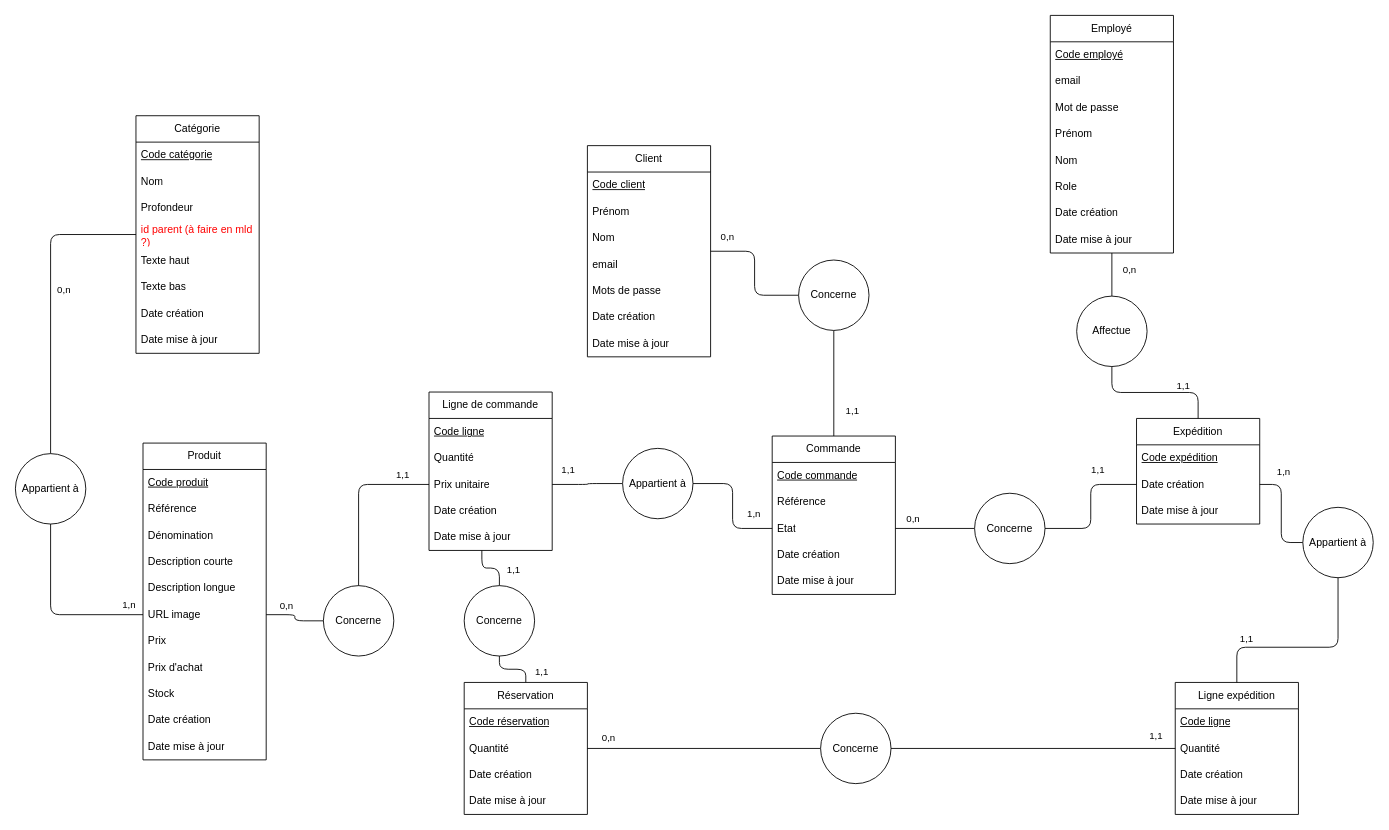
The draw.io diagram doc/mcd.drawio in Romain-NAVARRO-83/Grid-Commerce, before the edit. Source tidied: cells renumbered, new cells numbered last; positions are measured from the earlier drawing's top-left corner, leaving out a move shared by most shapes. Both pictures are drawn from the tidied source at 88%, with x=0, y=0 at pixel (15, 15).
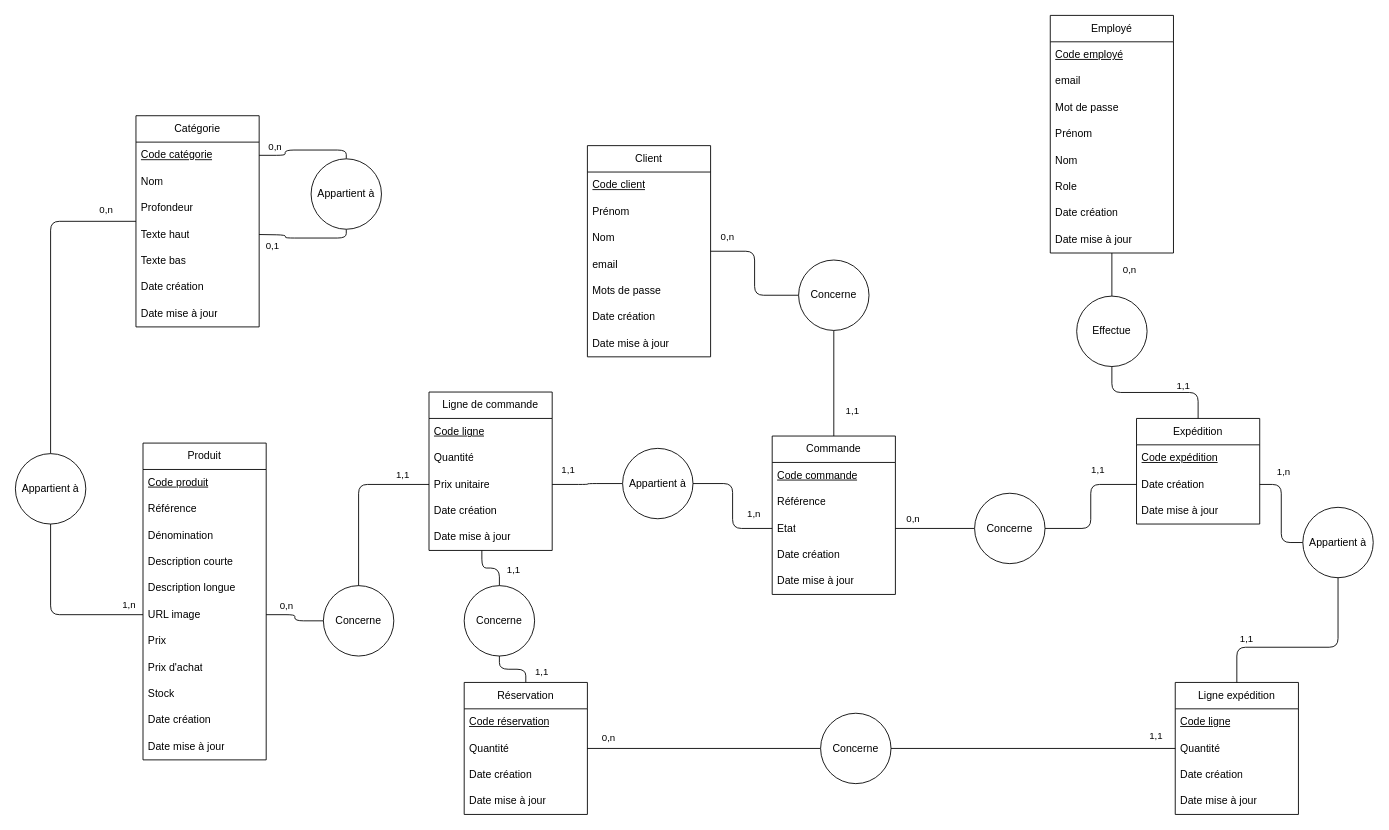
The same diagram, later.

The change refers to these unchanged cells:
```xml
<mxCell id="14" style="edgeStyle=orthogonalEdgeStyle;html=1;endArrow=none;endFill=0;" parent="1" edge="1" source="16" target="71">
  <mxGeometry relative="1" as="geometry" />
</mxCell>
<mxCell id="17" value="&lt;u&gt;Code catégorie&lt;/u&gt;" style="text;strokeColor=none;fillColor=none;align=left;verticalAlign=middle;spacingLeft=4;spacingRight=4;overflow=hidden;points=[[0,0.5],[1,0.5]];portConstraint=eastwest;whiteSpace=wrap;html=1;" parent="16" vertex="1">
  <mxGeometry y="30" width="140" height="30" as="geometry" />
</mxCell>
```

Change to the diagram source:
```diff
@@
     <mxCell id="15" value="0,n" style="edgeLabel;html=1;align=center;verticalAlign=middle;" parent="14" vertex="1">
       <mxGeometry relative="1" as="geometry">
-        <mxPoint x="14" y="-14" as="offset" />
+        <mxPoint x="62" y="-98" as="offset" />
       </mxGeometry>
     </mxCell>
     <mxCell id="16" value="Catégorie" style="swimlane;fontStyle=0;horizontal=1;startSize=30;whiteSpace=wrap;html=1;" parent="1" vertex="1">
-      <mxGeometry x="137" y="114" width="140" height="270" as="geometry" />
+      <mxGeometry x="137" y="114" width="140" height="240" as="geometry" />
     </mxCell>
@@
-    <mxCell id="20" value="&lt;font color=&quot;#ff0000&quot;&gt;id parent (à faire en mld ?)&lt;/font&gt;" style="text;strokeColor=none;fillColor=none;align=left;verticalAlign=middle;spacingLeft=4;spacingRight=4;overflow=hidden;whiteSpace=wrap;html=1;" parent="16" vertex="1">
-      <mxGeometry y="120" width="140" height="30" as="geometry" />
-    </mxCell>
     <mxCell id="21" value="Texte haut" style="text;strokeColor=none;fillColor=none;align=left;verticalAlign=middle;spacingLeft=4;spacingRight=4;overflow=hidden;whiteSpace=wrap;html=1;" parent="16" vertex="1">
-      <mxGeometry y="150" width="140" height="30" as="geometry" />
+      <mxGeometry y="120" width="140" height="30" as="geometry" />
     </mxCell>
     <mxCell id="22" value="Texte bas" style="text;strokeColor=none;fillColor=none;align=left;verticalAlign=middle;spacingLeft=4;spacingRight=4;overflow=hidden;whiteSpace=wrap;html=1;" parent="16" vertex="1">
-      <mxGeometry y="180" width="140" height="30" as="geometry" />
+      <mxGeometry y="150" width="140" height="30" as="geometry" />
     </mxCell>
     <mxCell id="23" value="Date création" style="text;strokeColor=none;fillColor=none;align=left;verticalAlign=middle;spacingLeft=4;spacingRight=4;overflow=hidden;whiteSpace=wrap;html=1;" parent="16" vertex="1">
-      <mxGeometry y="210" width="140" height="30" as="geometry" />
+      <mxGeometry y="180" width="140" height="30" as="geometry" />
     </mxCell>
     <mxCell id="24" value="Date mise à jour" style="text;strokeColor=none;fillColor=none;align=left;verticalAlign=middle;spacingLeft=4;spacingRight=4;overflow=hidden;whiteSpace=wrap;html=1;" parent="16" vertex="1">
-      <mxGeometry y="240" width="140" height="30" as="geometry" />
+      <mxGeometry y="210" width="140" height="30" as="geometry" />
     </mxCell>
@@
-    <mxCell id="108" value="Affectue" style="ellipse;whiteSpace=wrap;html=1;fontStyle=0;startSize=30;" parent="1" vertex="1">
+    <mxCell id="108" value="Effectue" style="ellipse;whiteSpace=wrap;html=1;fontStyle=0;startSize=30;" parent="1" vertex="1">
       <mxGeometry x="1206" y="319" width="80" height="80" as="geometry" />
     </mxCell>
@@
+    <mxCell id="111" style="edgeStyle=orthogonalEdgeStyle;html=1;exitX=1;exitY=0.5;exitDx=0;exitDy=0;entryX=0.5;entryY=1;entryDx=0;entryDy=0;endArrow=none;endFill=0;" parent="1" edge="1" target="115">
+      <mxGeometry relative="1" as="geometry">
+        <mxPoint x="277" y="249" as="sourcePoint" />
+      </mxGeometry>
+    </mxCell>
+    <mxCell id="112" value="0,1" style="edgeLabel;html=1;align=center;verticalAlign=middle;" parent="111" vertex="1">
+      <mxGeometry x="-0.87" y="-1" relative="1" as="geometry">
+        <mxPoint x="8" y="11" as="offset" />
+      </mxGeometry>
+    </mxCell>
+    <mxCell id="113" style="edgeStyle=orthogonalEdgeStyle;html=1;exitX=0.5;exitY=0;exitDx=0;exitDy=0;entryX=1;entryY=0.5;entryDx=0;entryDy=0;endArrow=none;endFill=0;" parent="1" edge="1" source="115" target="17">
+      <mxGeometry relative="1" as="geometry" />
+    </mxCell>
+    <mxCell id="114" value="0,n" style="edgeLabel;html=1;align=center;verticalAlign=middle;" parent="113" vertex="1">
+      <mxGeometry x="0.61" y="4" relative="1" as="geometry">
+        <mxPoint x="-5" y="-15" as="offset" />
+      </mxGeometry>
+    </mxCell>
+    <mxCell id="115" value="Appartient à" style="ellipse;whiteSpace=wrap;html=1;" parent="1" vertex="1">
+      <mxGeometry x="336" y="163" width="80" height="80" as="geometry" />
+    </mxCell>
```
